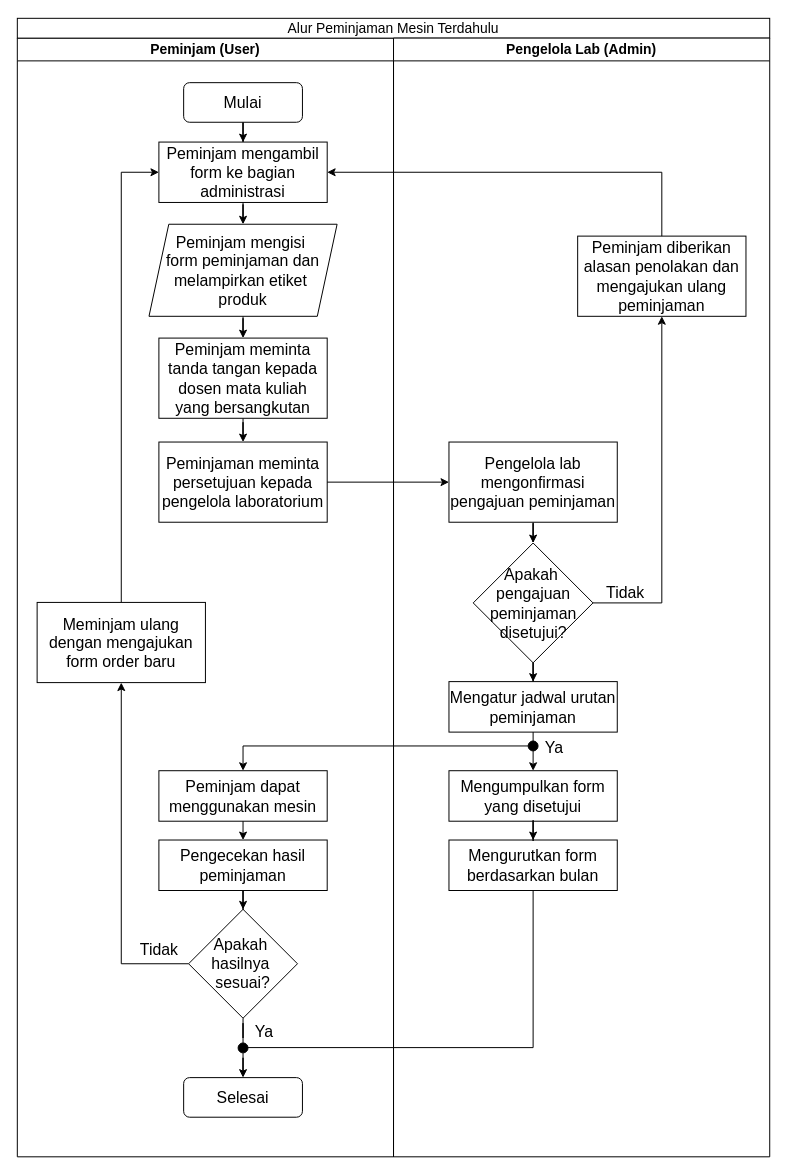
Before: page "Alur Peminjaman Mesin Terdahulu" (9 of 12) of Diagram Aktivitas Admin.drawio.xml in murtianggraeni/TugasAkhir_Flowchart, a draw.io diagram. Source tidied: cells renumbered, new cells numbered last; positions are measured from the earlier drawing's top-left corner, leaving out a move shared by most shapes. Both pictures are drawn from the tidied source at 99%, with x=0, y=0 at pixel (17, 18).
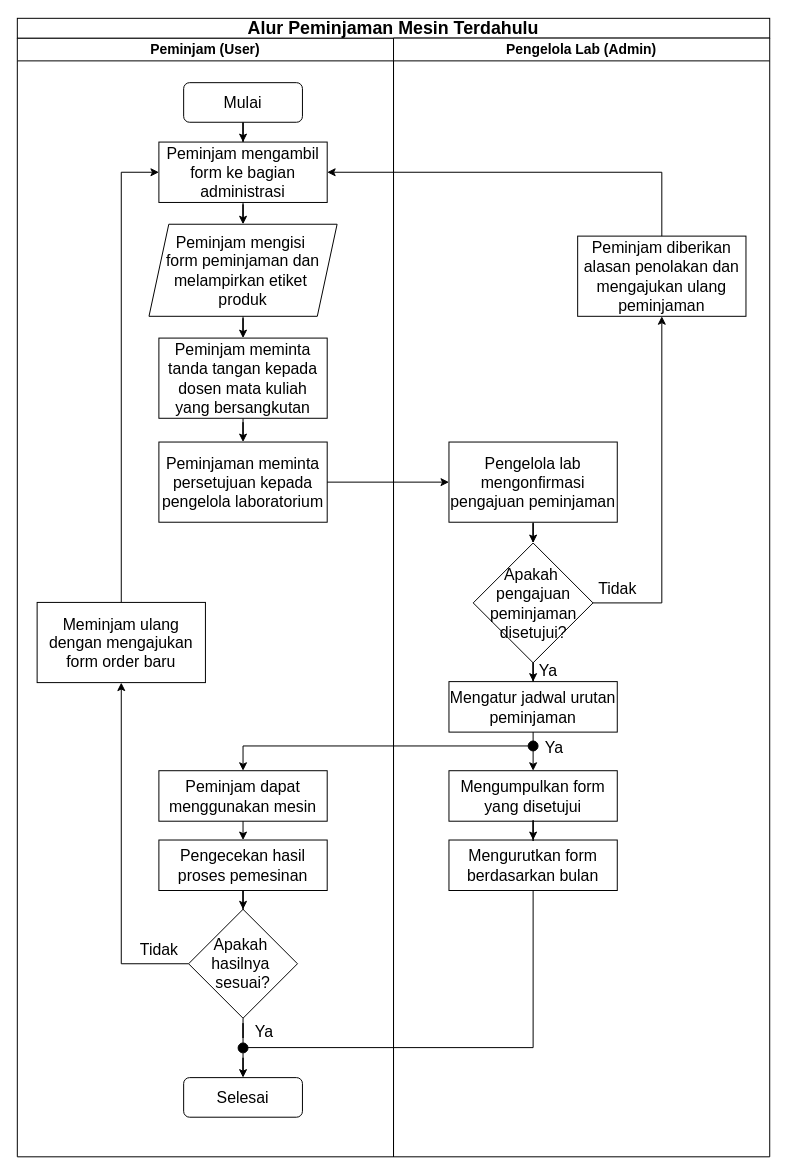
The same page after the edit.

The change refers to these unchanged cells:
```xml
<mxCell id="2" value="&lt;font style=&quot;font-size: 14px;&quot;&gt;Peminjam (User)&lt;/font&gt;" style="swimlane;whiteSpace=wrap;html=1;" parent="1" vertex="1">
  <mxGeometry y="20" width="380" height="1130" as="geometry" />
</mxCell>
<mxCell id="31" style="edgeStyle=orthogonalEdgeStyle;rounded=0;jettySize=auto;html=1;entryX=0.5;entryY=0;entryDx=0;entryDy=0;" parent="28" edge="1" source="32" target="33">
  <mxGeometry relative="1" as="geometry" />
</mxCell>
<mxCell id="38" style="edgeStyle=orthogonalEdgeStyle;rounded=0;jettySize=auto;html=1;entryX=0.5;entryY=1;entryDx=0;entryDy=0;" parent="28" edge="1" source="32" target="37">
  <mxGeometry relative="1" as="geometry">
    <Array as="points">
      <mxPoint x="271" y="571" />
    </Array>
  </mxGeometry>
</mxCell>
```

What changed in the source:
```diff
@@
-    <mxCell id="14" value="&lt;div style=&quot;&quot;&gt;&lt;span style=&quot;font-size: 16px;&quot;&gt;Pengecekan hasil peminjaman&lt;/span&gt;&lt;/div&gt;" style="rounded=0;whiteSpace=wrap;html=1;align=center;" parent="2" vertex="1">
+    <mxCell id="14" value="&lt;div style=&quot;&quot;&gt;&lt;span style=&quot;font-size: 16px;&quot;&gt;Pengecekan hasil proses pemesinan&lt;/span&gt;&lt;/div&gt;" style="rounded=0;whiteSpace=wrap;html=1;align=center;" parent="2" vertex="1">
       <mxGeometry x="143" y="810" width="170" height="51" as="geometry" />
     </mxCell>
@@
-    <mxCell id="27" value="&lt;font style=&quot;font-size: 14px;&quot;&gt;Alur Peminjaman Mesin Terdahulu&lt;/font&gt;" style="rounded=0;whiteSpace=wrap;html=1;" parent="1" vertex="1">
+    <mxCell id="27" value="&lt;font style=&quot;font-size: 18px;&quot;&gt;&lt;b style=&quot;&quot;&gt;Alur Peminjaman Mesin Terdahulu&lt;/b&gt;&lt;/font&gt;" style="rounded=0;whiteSpace=wrap;html=1;" parent="1" vertex="1">
       <mxGeometry width="760" height="20" as="geometry" />
     </mxCell>
@@
+    <mxCell id="47" value="&lt;font style=&quot;font-size: 16px;&quot;&gt;Ya&lt;/font&gt;" style="edgeLabel;html=1;align=center;verticalAlign=middle;" parent="31" vertex="1">
+      <mxGeometry x="0.65" y="1" relative="1" as="geometry">
+        <mxPoint x="13" y="-1" as="offset" />
+      </mxGeometry>
+    </mxCell>
@@
     <mxCell id="39" value="&lt;font style=&quot;font-size: 16px;&quot;&gt;Tidak&lt;/font&gt;" style="edgeLabel;html=1;align=center;verticalAlign=middle;" parent="38" vertex="1">
       <mxGeometry x="-0.82" relative="1" as="geometry">
-        <mxPoint y="-11" as="offset" />
+        <mxPoint x="-8" y="-15" as="offset" />
       </mxGeometry>
     </mxCell>
```
